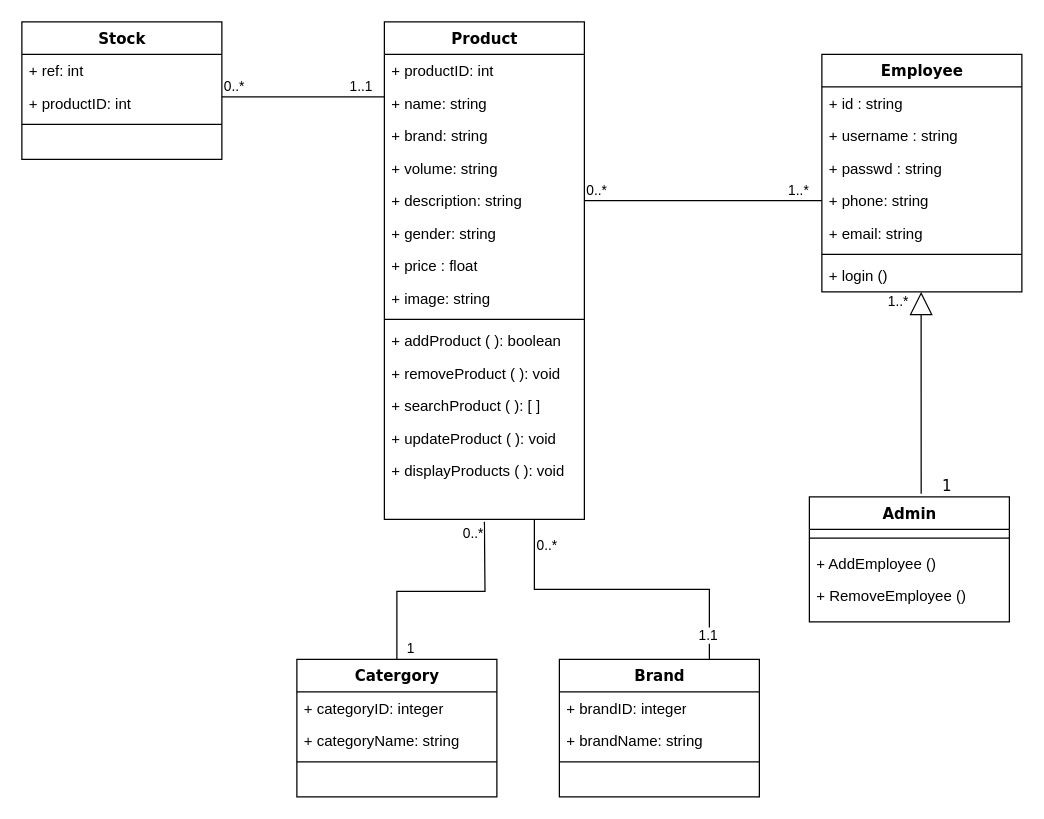
hamza-at-youcode/Brief4-parfume.art keeps this draw.io diagram as UML/2 - draw.io format/class diagram.drawio. Above is the earlier version. Source tidied: cells renumbered, new cells numbered last; positions are measured from the earlier drawing's top-left corner, leaving out a move shared by most shapes. Both pictures are drawn from the tidied source at 125%, with x=0, y=0 at pixel (21, 21).
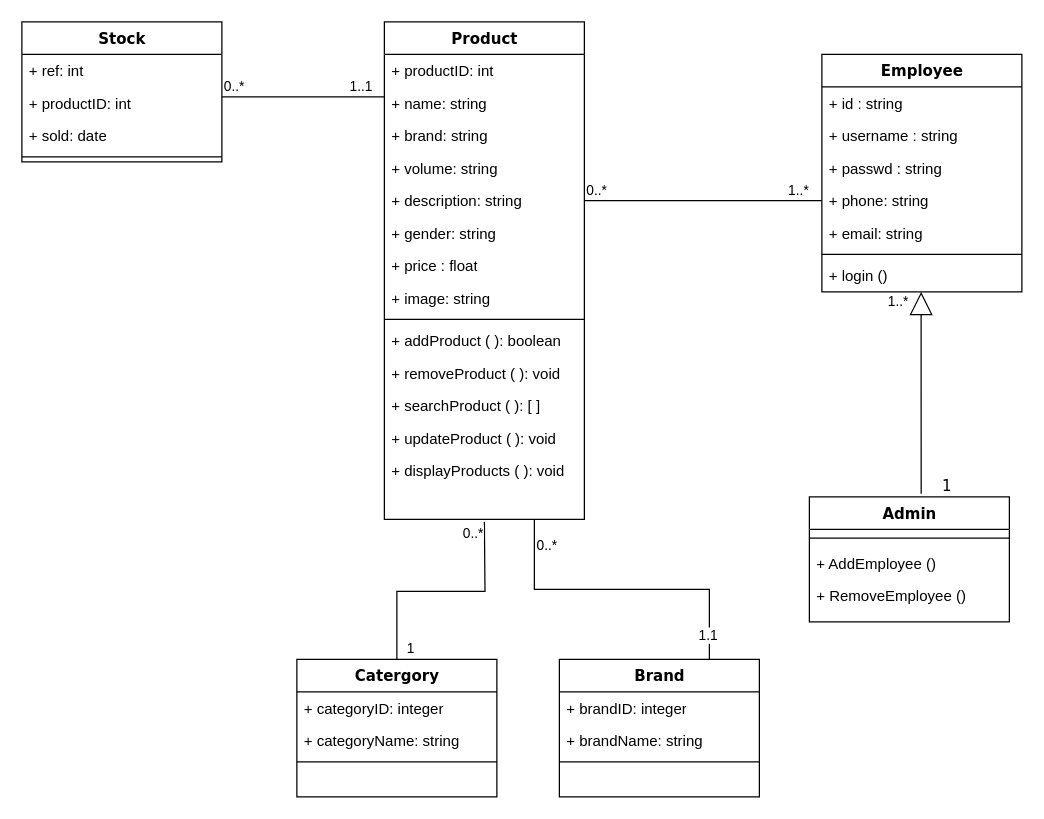
Above is the later version.

Commit message (it also covers changes not shown here):
Add sold attribute

Diff of the diagram source:
```diff
@@
     <mxCell id="46" value="Stock" style="swimlane;html=1;fontStyle=1;align=center;verticalAlign=top;horizontal=1;startSize=26;swimlaneFillColor=#ffffff;rounded=0;shadow=0;comic=0;labelBackgroundColor=none;strokeWidth=1;fillColor=none;fontFamily=Verdana;fontSize=12;" parent="1" vertex="1">
-      <mxGeometry width="160" height="110" as="geometry" />
+      <mxGeometry width="160" height="112" as="geometry" />
     </mxCell>
@@
+    <mxCell id="53" value="+ sold: date" style="text;html=1;strokeColor=none;fillColor=none;align=left;verticalAlign=top;spacingLeft=4;spacingRight=4;whiteSpace=wrap;overflow=hidden;" parent="46" vertex="1">
+      <mxGeometry y="78" width="160" height="26" as="geometry" />
+    </mxCell>
     <mxCell id="49" style="line;html=1;strokeWidth=1;fillColor=none;align=left;verticalAlign=middle;spacingTop=-1;spacingLeft=3;spacingRight=3;labelPosition=right;" parent="46" vertex="1">
-      <mxGeometry y="78" width="160" height="8" as="geometry" />
+      <mxGeometry y="104" width="160" height="8" as="geometry" />
     </mxCell>
```
